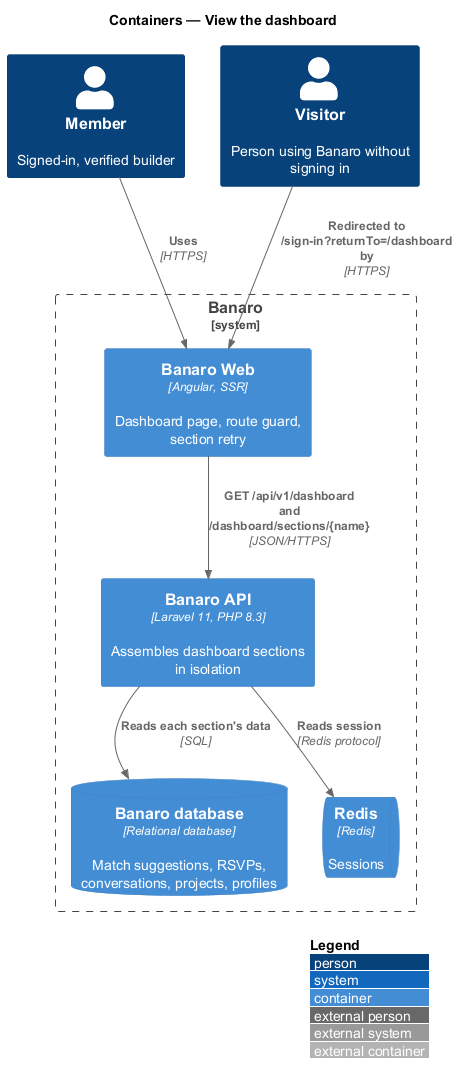
Before: docs/detailed-designs/dashboard/view-dashboard/diagrams/c4-container.png, a diagram exported from PlantUML (QuinntyneBrown/banaro).
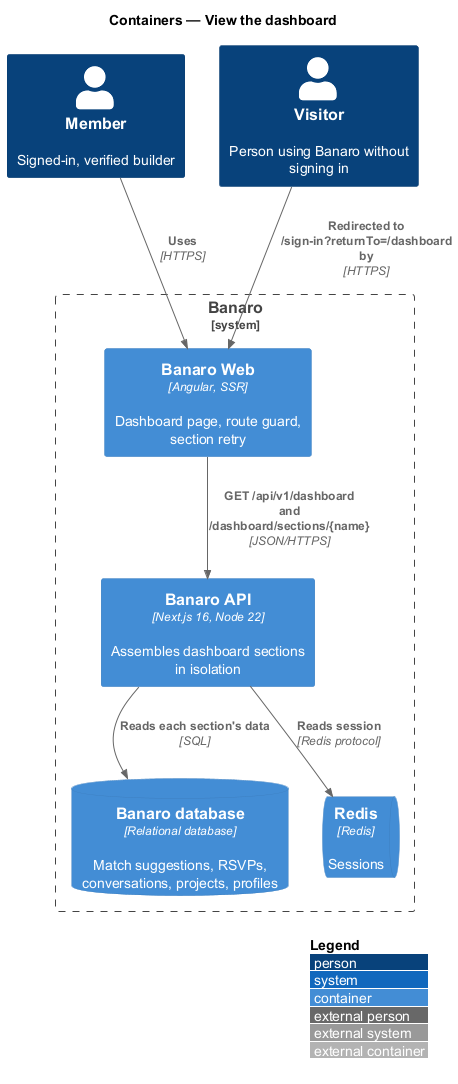
The same file after the commit.

The edit, as a diff of the source:
```diff
@@ -8,7 +8,7 @@
 
 System_Boundary(banaro, "Banaro") {
   Container(web, "Banaro Web", "Angular, SSR", "Dashboard page, route guard, section retry")
-  Container(api, "Banaro API", "Laravel 11, PHP 8.3", "Assembles dashboard sections in isolation")
+  Container(api, "Banaro API", "Next.js 16, Node 22", "Assembles dashboard sections in isolation")
   ContainerDb(db, "Banaro database", "Relational database", "Match suggestions, RSVPs, conversations, projects, profiles")
   ContainerQueue(redis, "Redis", "Redis", "Sessions")
 }
```
